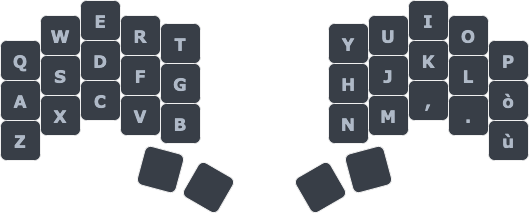
The draw.io diagram media/miryoku/1_base/miryoku-base-layer.png in mattdibi/eclipsecon-keyboard-talk, before a commit. Source tidied: cells renumbered, new cells last; positions are measured from the earlier drawing's top-left corner, leaving out a move shared by most shapes.
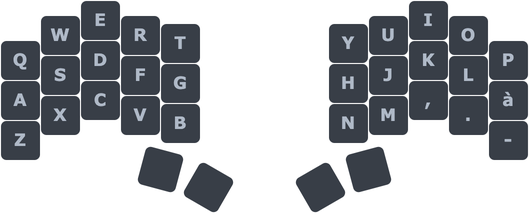
The same diagram one commit later.

What changed in the source:
```diff
@@ -2,106 +2,106 @@
   <root>
     <mxCell id="0" />
     <mxCell id="1" parent="0" />
-    <mxCell id="2" value="Q" style="whiteSpace=wrap;html=1;fontSize=17;fontFamily=Verdana;fontStyle=1;fontColor=#AFB9C7;fillColor=#383E47;rounded=1;" parent="1" vertex="1">
+    <mxCell id="2" value="Q" style="whiteSpace=wrap;html=1;fontSize=17;fontFamily=Verdana;fontStyle=1;fontColor=#AFB9C7;fillColor=#383E47;rounded=1;strokeColor=#FFFFFF;" parent="1" vertex="1">
       <mxGeometry y="40" width="40" height="40" as="geometry" />
     </mxCell>
-    <mxCell id="3" value="W" style="whiteSpace=wrap;html=1;fontSize=17;fontFamily=Verdana;fontStyle=1;fontColor=#AFB9C7;fillColor=#383E47;rounded=1;" parent="1" vertex="1">
+    <mxCell id="3" value="W" style="whiteSpace=wrap;html=1;fontSize=17;fontFamily=Verdana;fontStyle=1;fontColor=#AFB9C7;fillColor=#383E47;rounded=1;strokeColor=#FFFFFF;" parent="1" vertex="1">
       <mxGeometry x="40" y="15" width="40" height="40" as="geometry" />
     </mxCell>
-    <mxCell id="4" value="E" style="whiteSpace=wrap;html=1;fontSize=17;fontFamily=Verdana;fontStyle=1;fontColor=#AFB9C7;fillColor=#383E47;rounded=1;" parent="1" vertex="1">
+    <mxCell id="4" value="E" style="whiteSpace=wrap;html=1;fontSize=17;fontFamily=Verdana;fontStyle=1;fontColor=#AFB9C7;fillColor=#383E47;rounded=1;strokeColor=#FFFFFF;" parent="1" vertex="1">
       <mxGeometry x="80" width="40" height="40" as="geometry" />
     </mxCell>
-    <mxCell id="5" value="R" style="whiteSpace=wrap;html=1;fontSize=17;fontFamily=Verdana;fontStyle=1;fontColor=#AFB9C7;fillColor=#383E47;rounded=1;" parent="1" vertex="1">
+    <mxCell id="5" value="R" style="whiteSpace=wrap;html=1;fontSize=17;fontFamily=Verdana;fontStyle=1;fontColor=#AFB9C7;fillColor=#383E47;rounded=1;strokeColor=#FFFFFF;" parent="1" vertex="1">
       <mxGeometry x="120" y="15" width="40" height="40" as="geometry" />
     </mxCell>
-    <mxCell id="6" value="T" style="whiteSpace=wrap;html=1;fontSize=17;fontFamily=Verdana;fontStyle=1;fontColor=#AFB9C7;fillColor=#383E47;rounded=1;" parent="1" vertex="1">
+    <mxCell id="6" value="T" style="whiteSpace=wrap;html=1;fontSize=17;fontFamily=Verdana;fontStyle=1;fontColor=#AFB9C7;fillColor=#383E47;rounded=1;strokeColor=#FFFFFF;" parent="1" vertex="1">
       <mxGeometry x="160" y="23" width="40" height="40" as="geometry" />
     </mxCell>
-    <mxCell id="7" value="A" style="whiteSpace=wrap;html=1;fontSize=17;fontFamily=Verdana;fontStyle=1;fontColor=#AFB9C7;fillColor=#383E47;rounded=1;" parent="1" vertex="1">
+    <mxCell id="7" value="A" style="whiteSpace=wrap;html=1;fontSize=17;fontFamily=Verdana;fontStyle=1;fontColor=#AFB9C7;fillColor=#383E47;rounded=1;strokeColor=#FFFFFF;" parent="1" vertex="1">
       <mxGeometry y="80" width="40" height="40" as="geometry" />
     </mxCell>
-    <mxCell id="8" value="S" style="whiteSpace=wrap;html=1;fontSize=17;fontFamily=Verdana;fontStyle=1;fontColor=#AFB9C7;fillColor=#383E47;rounded=1;" parent="1" vertex="1">
+    <mxCell id="8" value="S" style="whiteSpace=wrap;html=1;fontSize=17;fontFamily=Verdana;fontStyle=1;fontColor=#AFB9C7;fillColor=#383E47;rounded=1;strokeColor=#FFFFFF;" parent="1" vertex="1">
       <mxGeometry x="40" y="55" width="40" height="40" as="geometry" />
     </mxCell>
-    <mxCell id="9" value="D" style="whiteSpace=wrap;html=1;fontSize=17;fontFamily=Verdana;fontStyle=1;fontColor=#AFB9C7;fillColor=#383E47;rounded=1;" parent="1" vertex="1">
+    <mxCell id="9" value="D" style="whiteSpace=wrap;html=1;fontSize=17;fontFamily=Verdana;fontStyle=1;fontColor=#AFB9C7;fillColor=#383E47;rounded=1;strokeColor=#FFFFFF;" parent="1" vertex="1">
       <mxGeometry x="80" y="40" width="40" height="40" as="geometry" />
     </mxCell>
-    <mxCell id="10" value="F" style="whiteSpace=wrap;html=1;fontSize=17;fontFamily=Verdana;fontStyle=1;fontColor=#AFB9C7;fillColor=#383E47;rounded=1;" parent="1" vertex="1">
+    <mxCell id="10" value="F" style="whiteSpace=wrap;html=1;fontSize=17;fontFamily=Verdana;fontStyle=1;fontColor=#AFB9C7;fillColor=#383E47;rounded=1;strokeColor=#FFFFFF;" parent="1" vertex="1">
       <mxGeometry x="120" y="55" width="40" height="40" as="geometry" />
     </mxCell>
-    <mxCell id="11" value="G" style="whiteSpace=wrap;html=1;fontSize=17;fontFamily=Verdana;fontStyle=1;fontColor=#AFB9C7;fillColor=#383E47;rounded=1;" parent="1" vertex="1">
+    <mxCell id="11" value="G" style="whiteSpace=wrap;html=1;fontSize=17;fontFamily=Verdana;fontStyle=1;fontColor=#AFB9C7;fillColor=#383E47;rounded=1;strokeColor=#FFFFFF;" parent="1" vertex="1">
       <mxGeometry x="160" y="63" width="40" height="40" as="geometry" />
     </mxCell>
-    <mxCell id="12" value="Z" style="whiteSpace=wrap;html=1;fontSize=17;fontFamily=Verdana;fontStyle=1;fontColor=#AFB9C7;fillColor=#383E47;rounded=1;" parent="1" vertex="1">
+    <mxCell id="12" value="Z" style="whiteSpace=wrap;html=1;fontSize=17;fontFamily=Verdana;fontStyle=1;fontColor=#AFB9C7;fillColor=#383E47;rounded=1;strokeColor=#FFFFFF;" parent="1" vertex="1">
       <mxGeometry y="120" width="40" height="40" as="geometry" />
     </mxCell>
-    <mxCell id="13" value="X" style="whiteSpace=wrap;html=1;fontSize=17;fontFamily=Verdana;fontStyle=1;fontColor=#AFB9C7;fillColor=#383E47;rounded=1;" parent="1" vertex="1">
+    <mxCell id="13" value="X" style="whiteSpace=wrap;html=1;fontSize=17;fontFamily=Verdana;fontStyle=1;fontColor=#AFB9C7;fillColor=#383E47;rounded=1;strokeColor=#FFFFFF;" parent="1" vertex="1">
       <mxGeometry x="40" y="95" width="40" height="40" as="geometry" />
     </mxCell>
-    <mxCell id="14" value="C" style="whiteSpace=wrap;html=1;fontSize=17;fontFamily=Verdana;fontStyle=1;fontColor=#AFB9C7;fillColor=#383E47;rounded=1;" parent="1" vertex="1">
+    <mxCell id="14" value="C" style="whiteSpace=wrap;html=1;fontSize=17;fontFamily=Verdana;fontStyle=1;fontColor=#AFB9C7;fillColor=#383E47;rounded=1;strokeColor=#FFFFFF;" parent="1" vertex="1">
       <mxGeometry x="80" y="80" width="40" height="40" as="geometry" />
     </mxCell>
-    <mxCell id="15" value="V" style="whiteSpace=wrap;html=1;fontSize=17;fontFamily=Verdana;fontStyle=1;fontColor=#AFB9C7;fillColor=#383E47;rounded=1;" parent="1" vertex="1">
+    <mxCell id="15" value="V" style="whiteSpace=wrap;html=1;fontSize=17;fontFamily=Verdana;fontStyle=1;fontColor=#AFB9C7;fillColor=#383E47;rounded=1;strokeColor=#FFFFFF;" parent="1" vertex="1">
       <mxGeometry x="120" y="95" width="40" height="40" as="geometry" />
     </mxCell>
-    <mxCell id="16" value="B" style="whiteSpace=wrap;html=1;fontSize=17;fontFamily=Verdana;fontStyle=1;fontColor=#AFB9C7;fillColor=#383E47;rounded=1;" parent="1" vertex="1">
+    <mxCell id="16" value="B" style="whiteSpace=wrap;html=1;fontSize=17;fontFamily=Verdana;fontStyle=1;fontColor=#AFB9C7;fillColor=#383E47;rounded=1;strokeColor=#FFFFFF;" parent="1" vertex="1">
       <mxGeometry x="160" y="103" width="40" height="40" as="geometry" />
     </mxCell>
-    <mxCell id="17" style="whiteSpace=wrap;html=1;rotation=15;fontSize=17;fontFamily=Verdana;fontStyle=1;fillColor=#383E47;strokeColor=#F0F0F0;fontColor=#ffffff;rounded=1;" parent="1" vertex="1">
+    <mxCell id="17" style="whiteSpace=wrap;html=1;rotation=15;fontSize=17;fontFamily=Verdana;fontStyle=1;fillColor=#383E47;strokeColor=#FFFFFF;fontColor=#ffffff;rounded=1;" parent="1" vertex="1">
       <mxGeometry x="140" y="149" width="40" height="40" as="geometry" />
     </mxCell>
-    <mxCell id="18" style="whiteSpace=wrap;html=1;rotation=30;fontSize=30;fontFamily=Verdana;fontStyle=1;fontColor=#AFB9C7;fillColor=#383E47;rounded=1;" parent="1" vertex="1">
+    <mxCell id="18" style="whiteSpace=wrap;html=1;rotation=30;fontSize=30;fontFamily=Verdana;fontStyle=1;fontColor=#AFB9C7;fillColor=#383E47;rounded=1;strokeColor=#FFFFFF;" parent="1" vertex="1">
       <mxGeometry x="188" y="167" width="40" height="40" as="geometry" />
     </mxCell>
-    <mxCell id="19" value="Y" style="whiteSpace=wrap;html=1;fontSize=17;fontFamily=Verdana;fontStyle=1;fontColor=#AFB9C7;fillColor=#383E47;rounded=1;" parent="1" vertex="1">
+    <mxCell id="19" value="Y" style="whiteSpace=wrap;html=1;fontSize=17;fontFamily=Verdana;fontStyle=1;fontColor=#AFB9C7;fillColor=#383E47;rounded=1;strokeColor=#FFFFFF;" parent="1" vertex="1">
       <mxGeometry x="328" y="23" width="40" height="40" as="geometry" />
     </mxCell>
-    <mxCell id="20" value="U" style="whiteSpace=wrap;html=1;fontSize=17;fontFamily=Verdana;fontStyle=1;fontColor=#AFB9C7;fillColor=#383E47;rounded=1;" parent="1" vertex="1">
+    <mxCell id="20" value="U" style="whiteSpace=wrap;html=1;fontSize=17;fontFamily=Verdana;fontStyle=1;fontColor=#AFB9C7;fillColor=#383E47;rounded=1;strokeColor=#FFFFFF;" parent="1" vertex="1">
       <mxGeometry x="368" y="15" width="40" height="40" as="geometry" />
     </mxCell>
-    <mxCell id="21" value="I" style="whiteSpace=wrap;html=1;fontSize=17;fontFamily=Verdana;fontStyle=1;fontColor=#AFB9C7;fillColor=#383E47;rounded=1;" parent="1" vertex="1">
+    <mxCell id="21" value="I" style="whiteSpace=wrap;html=1;fontSize=17;fontFamily=Verdana;fontStyle=1;fontColor=#AFB9C7;fillColor=#383E47;rounded=1;strokeColor=#FFFFFF;" parent="1" vertex="1">
       <mxGeometry x="408" width="40" height="40" as="geometry" />
     </mxCell>
-    <mxCell id="22" value="O" style="whiteSpace=wrap;html=1;fontSize=17;fontFamily=Verdana;fontStyle=1;fontColor=#AFB9C7;fillColor=#383E47;rounded=1;" parent="1" vertex="1">
+    <mxCell id="22" value="O" style="whiteSpace=wrap;html=1;fontSize=17;fontFamily=Verdana;fontStyle=1;fontColor=#AFB9C7;fillColor=#383E47;rounded=1;strokeColor=#FFFFFF;" parent="1" vertex="1">
       <mxGeometry x="448" y="15" width="40" height="40" as="geometry" />
     </mxCell>
-    <mxCell id="23" value="P" style="whiteSpace=wrap;html=1;fontSize=17;fontFamily=Verdana;fontStyle=1;fontColor=#AFB9C7;fillColor=#383E47;rounded=1;" parent="1" vertex="1">
+    <mxCell id="23" value="P" style="whiteSpace=wrap;html=1;fontSize=17;fontFamily=Verdana;fontStyle=1;fontColor=#AFB9C7;fillColor=#383E47;rounded=1;strokeColor=#FFFFFF;" parent="1" vertex="1">
       <mxGeometry x="488" y="40" width="40" height="40" as="geometry" />
     </mxCell>
-    <mxCell id="24" value="H" style="whiteSpace=wrap;html=1;fontSize=17;fontFamily=Verdana;fontStyle=1;fontColor=#AFB9C7;fillColor=#383E47;rounded=1;" parent="1" vertex="1">
+    <mxCell id="24" value="H" style="whiteSpace=wrap;html=1;fontSize=17;fontFamily=Verdana;fontStyle=1;fontColor=#AFB9C7;fillColor=#383E47;rounded=1;strokeColor=#FFFFFF;" parent="1" vertex="1">
       <mxGeometry x="328" y="63" width="40" height="40" as="geometry" />
     </mxCell>
-    <mxCell id="25" value="J" style="whiteSpace=wrap;html=1;fontSize=17;fontFamily=Verdana;fontStyle=1;fontColor=#AFB9C7;fillColor=#383E47;rounded=1;" parent="1" vertex="1">
+    <mxCell id="25" value="J" style="whiteSpace=wrap;html=1;fontSize=17;fontFamily=Verdana;fontStyle=1;fontColor=#AFB9C7;fillColor=#383E47;rounded=1;strokeColor=#FFFFFF;" parent="1" vertex="1">
       <mxGeometry x="368" y="55" width="40" height="40" as="geometry" />
     </mxCell>
-    <mxCell id="26" value="K" style="whiteSpace=wrap;html=1;fontSize=17;fontFamily=Verdana;fontStyle=1;fontColor=#AFB9C7;fillColor=#383E47;rounded=1;" parent="1" vertex="1">
+    <mxCell id="26" value="K" style="whiteSpace=wrap;html=1;fontSize=17;fontFamily=Verdana;fontStyle=1;fontColor=#AFB9C7;fillColor=#383E47;rounded=1;strokeColor=#FFFFFF;" parent="1" vertex="1">
       <mxGeometry x="408" y="40" width="40" height="40" as="geometry" />
     </mxCell>
-    <mxCell id="27" value="L" style="whiteSpace=wrap;html=1;fontSize=17;fontFamily=Verdana;fontStyle=1;fontColor=#AFB9C7;fillColor=#383E47;rounded=1;" parent="1" vertex="1">
+    <mxCell id="27" value="L" style="whiteSpace=wrap;html=1;fontSize=17;fontFamily=Verdana;fontStyle=1;fontColor=#AFB9C7;fillColor=#383E47;rounded=1;strokeColor=#FFFFFF;" parent="1" vertex="1">
       <mxGeometry x="448" y="55" width="40" height="40" as="geometry" />
     </mxCell>
-    <mxCell id="28" value="ò" style="whiteSpace=wrap;html=1;fontSize=17;fontFamily=Verdana;fontStyle=1;fontColor=#AFB9C7;fillColor=#383E47;rounded=1;" parent="1" vertex="1">
+    <mxCell id="28" value="à" style="whiteSpace=wrap;html=1;fontSize=17;fontFamily=Verdana;fontStyle=1;fontColor=#AFB9C7;fillColor=#383E47;rounded=1;strokeColor=#FFFFFF;" parent="1" vertex="1">
       <mxGeometry x="488" y="80" width="40" height="40" as="geometry" />
     </mxCell>
-    <mxCell id="29" value="N" style="whiteSpace=wrap;html=1;fontSize=17;fontFamily=Verdana;fontStyle=1;fontColor=#AFB9C7;fillColor=#383E47;rounded=1;" parent="1" vertex="1">
+    <mxCell id="29" value="N" style="whiteSpace=wrap;html=1;fontSize=17;fontFamily=Verdana;fontStyle=1;fontColor=#AFB9C7;fillColor=#383E47;rounded=1;strokeColor=#FFFFFF;" parent="1" vertex="1">
       <mxGeometry x="328" y="103" width="40" height="40" as="geometry" />
     </mxCell>
-    <mxCell id="30" value="M" style="whiteSpace=wrap;html=1;fontSize=17;fontFamily=Verdana;fontStyle=1;fontColor=#AFB9C7;fillColor=#383E47;rounded=1;" parent="1" vertex="1">
+    <mxCell id="30" value="M" style="whiteSpace=wrap;html=1;fontSize=17;fontFamily=Verdana;fontStyle=1;fontColor=#AFB9C7;fillColor=#383E47;rounded=1;strokeColor=#FFFFFF;" parent="1" vertex="1">
       <mxGeometry x="368" y="95" width="40" height="40" as="geometry" />
     </mxCell>
-    <mxCell id="31" value="," style="whiteSpace=wrap;html=1;fontSize=17;fontFamily=Verdana;fontStyle=1;fontColor=#AFB9C7;fillColor=#383E47;rounded=1;" parent="1" vertex="1">
+    <mxCell id="31" value="," style="whiteSpace=wrap;html=1;fontSize=17;fontFamily=Verdana;fontStyle=1;fontColor=#AFB9C7;fillColor=#383E47;rounded=1;strokeColor=#FFFFFF;" parent="1" vertex="1">
       <mxGeometry x="408" y="80" width="40" height="40" as="geometry" />
     </mxCell>
-    <mxCell id="32" value="." style="whiteSpace=wrap;html=1;fontSize=17;fontFamily=Verdana;fontStyle=1;fontColor=#AFB9C7;fillColor=#383E47;rounded=1;" parent="1" vertex="1">
+    <mxCell id="32" value="." style="whiteSpace=wrap;html=1;fontSize=17;fontFamily=Verdana;fontStyle=1;fontColor=#AFB9C7;fillColor=#383E47;rounded=1;strokeColor=#FFFFFF;" parent="1" vertex="1">
       <mxGeometry x="448" y="95" width="40" height="40" as="geometry" />
     </mxCell>
-    <mxCell id="33" value="ù" style="whiteSpace=wrap;html=1;fontSize=17;fontFamily=Verdana;fontStyle=1;fontColor=#AFB9C7;fillColor=#383E47;rounded=1;" parent="1" vertex="1">
+    <mxCell id="33" value="-" style="whiteSpace=wrap;html=1;fontSize=17;fontFamily=Verdana;fontStyle=1;fontColor=#AFB9C7;fillColor=#383E47;rounded=1;strokeColor=#FFFFFF;" parent="1" vertex="1">
       <mxGeometry x="488" y="120" width="40" height="40" as="geometry" />
     </mxCell>
-    <mxCell id="34" style="whiteSpace=wrap;html=1;rotation=-30;fontSize=17;fontFamily=Verdana;fontStyle=1;fontColor=#AFB9C7;fillColor=#383E47;rounded=1;" parent="1" vertex="1">
+    <mxCell id="34" style="whiteSpace=wrap;html=1;rotation=-30;fontSize=17;fontFamily=Verdana;fontStyle=1;fontColor=#AFB9C7;fillColor=#383E47;rounded=1;strokeColor=#FFFFFF;" parent="1" vertex="1">
       <mxGeometry x="300" y="167" width="40" height="40" as="geometry" />
     </mxCell>
-    <mxCell id="35" style="whiteSpace=wrap;html=1;rotation=-15;fontSize=17;fontFamily=Verdana;fontStyle=1;fillColor=#383E47;strokeColor=#F0F0F0;fontColor=#ffffff;rounded=1;" parent="1" vertex="1">
+    <mxCell id="35" style="whiteSpace=wrap;html=1;rotation=-15;fontSize=17;fontFamily=Verdana;fontStyle=1;fillColor=#383E47;strokeColor=#FFFFFF;fontColor=#ffffff;rounded=1;" parent="1" vertex="1">
       <mxGeometry x="348" y="149" width="40" height="40" as="geometry" />
     </mxCell>
   </root>
```
